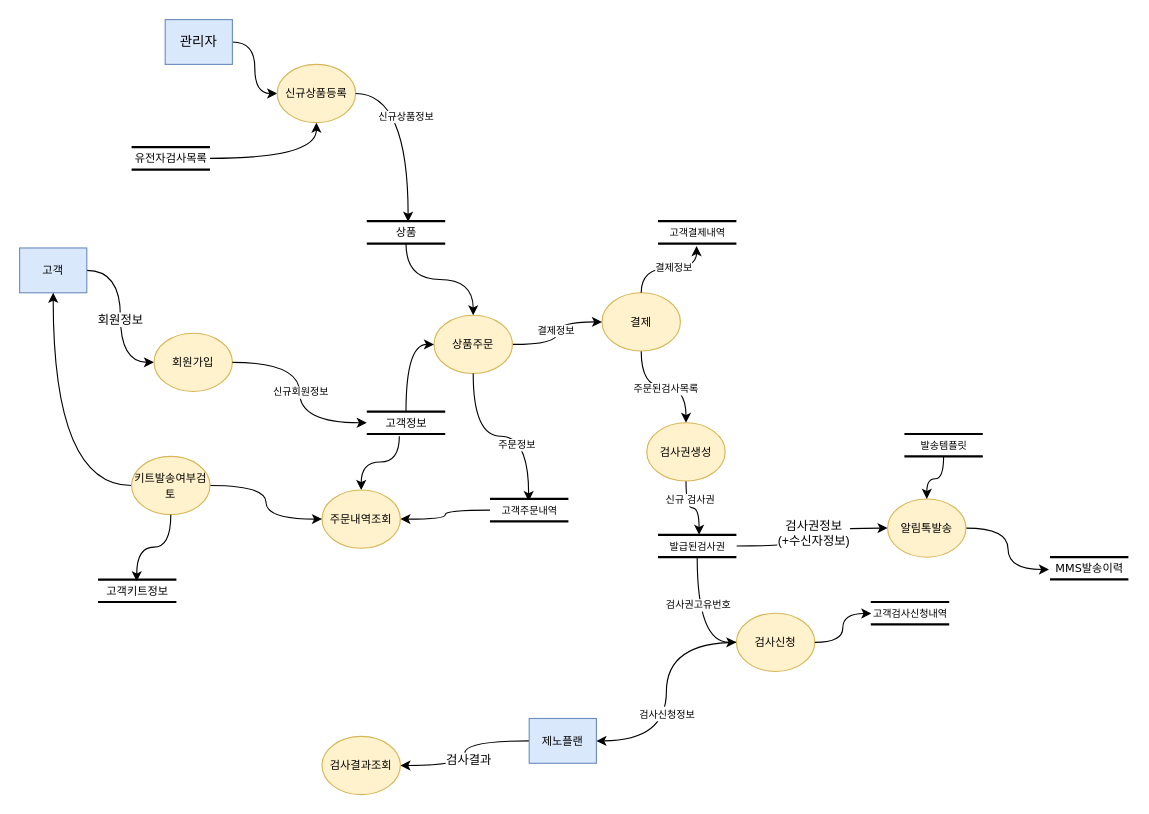
The draw.io diagram DFD_제노플랜.drawio in k3srpn/Architecture, before the edit. Source tidied: cells renumbered, new cells numbered last; positions are measured from the earlier drawing's top-left corner, leaving out a move shared by most shapes. Both pictures are drawn from the tidied source at 112%, with x=0, y=0 at pixel (19, 19).
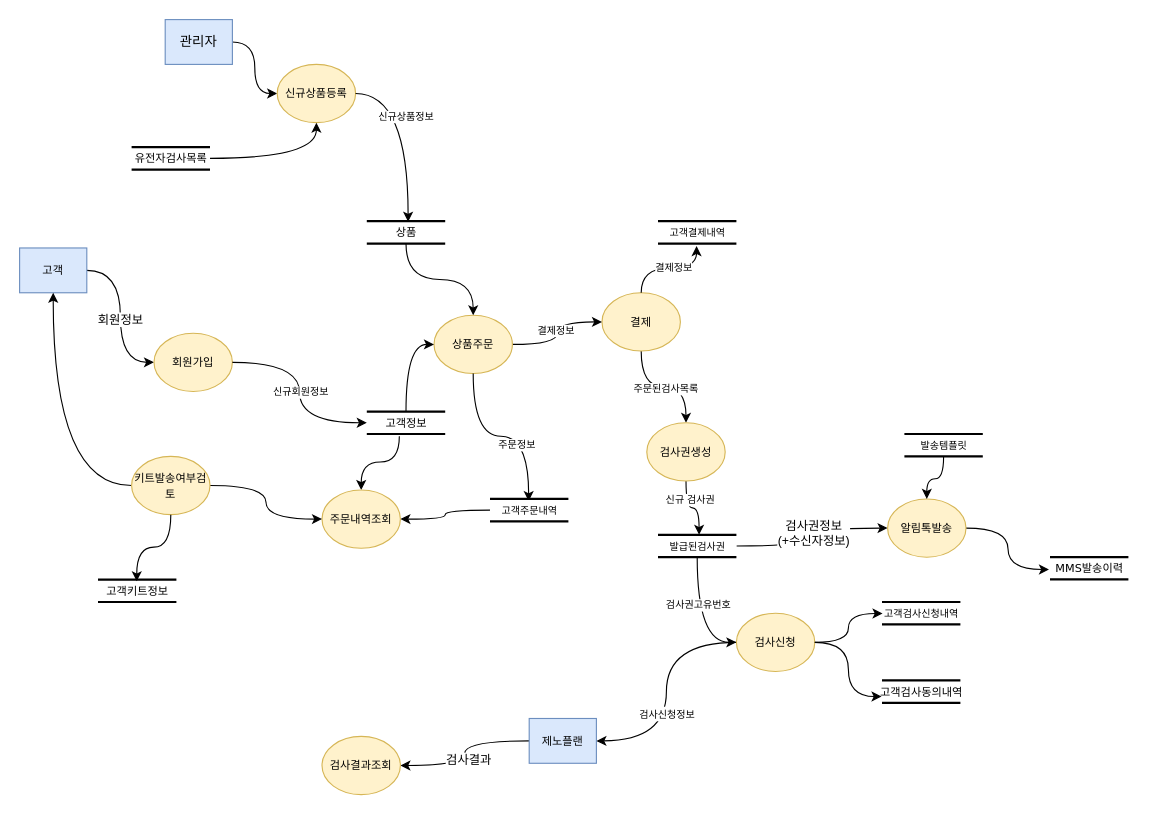
The same page after the edit.

Commit message:
고객검사동의내역 추가

Unchanged cells that the change refers to:
```xml
<mxCell id="5" value="&lt;font style=&quot;font-size: 10px;&quot;&gt;검사신청&lt;/font&gt;" style="ellipse;whiteSpace=wrap;html=1;rounded=1;shadow=0;comic=0;labelBackgroundColor=none;strokeWidth=1;fontFamily=Verdana;fontSize=12;align=center;fillColor=#fff2cc;strokeColor=#d6b656;" parent="1" vertex="1">
  <mxGeometry x="640" y="530" width="70" height="52" as="geometry" />
</mxCell>
```

Diff of the diagram source:
```diff
@@
     <mxCell id="39" value="&lt;font style=&quot;font-size: 9px;&quot;&gt;고객검사신청내역&lt;/font&gt;" style="html=1;rounded=0;shadow=0;comic=0;labelBackgroundColor=none;strokeWidth=2;fontFamily=Verdana;fontSize=12;align=center;shape=mxgraph.ios7ui.horLines;" parent="1" vertex="1">
-      <mxGeometry x="760" y="520" width="70" height="20" as="geometry" />
+      <mxGeometry x="770" y="520" width="70" height="20" as="geometry" />
     </mxCell>
@@
+    <mxCell id="61" value="&lt;font size=&quot;1&quot;&gt;고객검사동의내역&lt;/font&gt;" style="html=1;rounded=0;shadow=0;comic=0;labelBackgroundColor=none;strokeWidth=2;fontFamily=Verdana;fontSize=12;align=center;shape=mxgraph.ios7ui.horLines;" parent="1" vertex="1">
+      <mxGeometry x="770" y="590" width="70" height="20" as="geometry" />
+    </mxCell>
+    <mxCell id="62" style="edgeStyle=orthogonalEdgeStyle;rounded=0;jettySize=auto;html=1;entryX=-0.006;entryY=0.72;entryDx=0;entryDy=0;entryPerimeter=0;curved=1;" parent="1" edge="1" source="5" target="61">
+      <mxGeometry relative="1" as="geometry" />
+    </mxCell>
```
